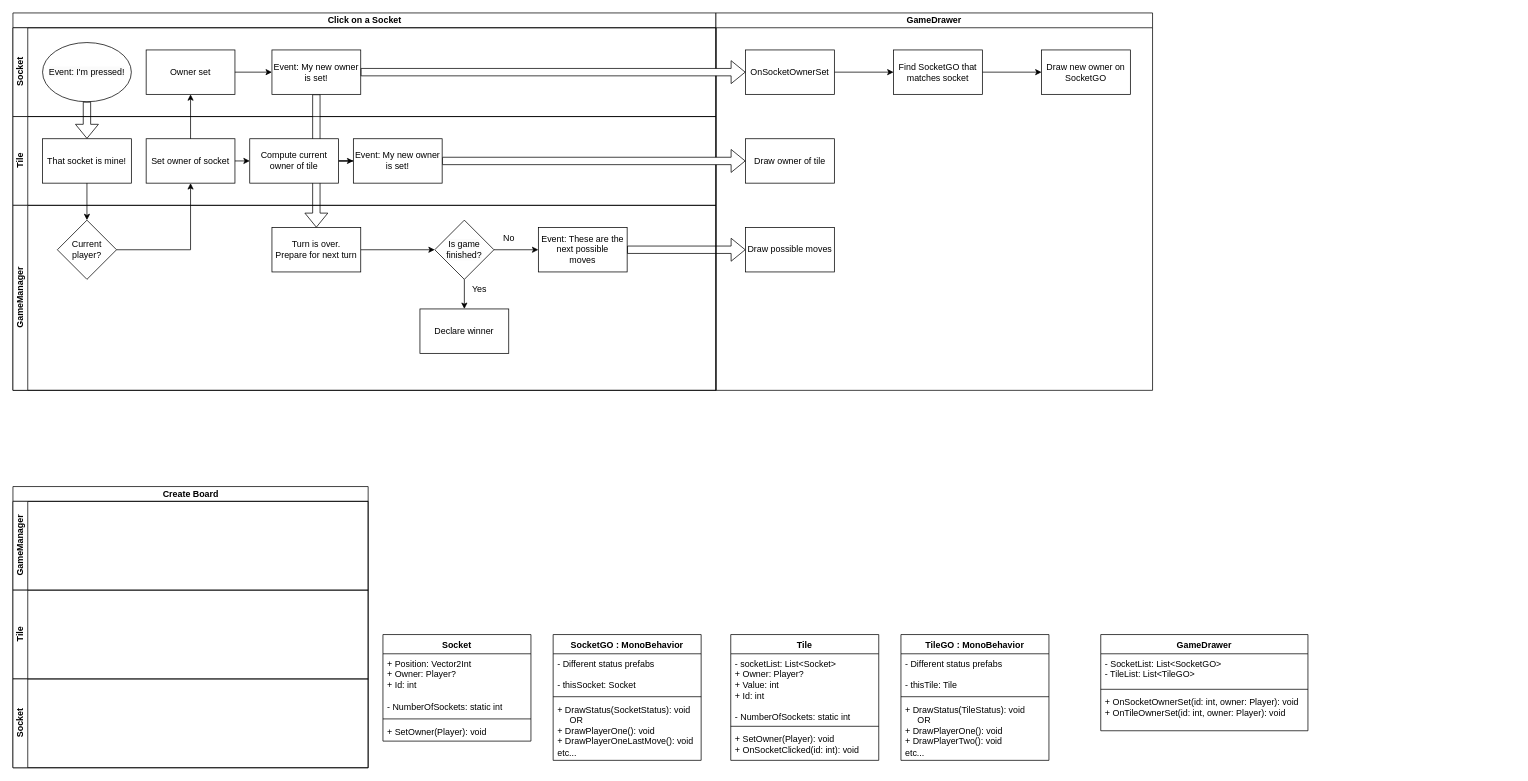
Before: page "ClickOnSocket" (1 of 2) of Diagrams/SocketClick.drawio in LeJawa/KulamiGame, a draw.io diagram. Source tidied: cells renumbered, new cells numbered last; positions are measured from the earlier drawing's top-left corner, leaving out a move shared by most shapes. Both pictures are drawn from the tidied source at 74%, with x=0, y=0 at pixel (13, 13).
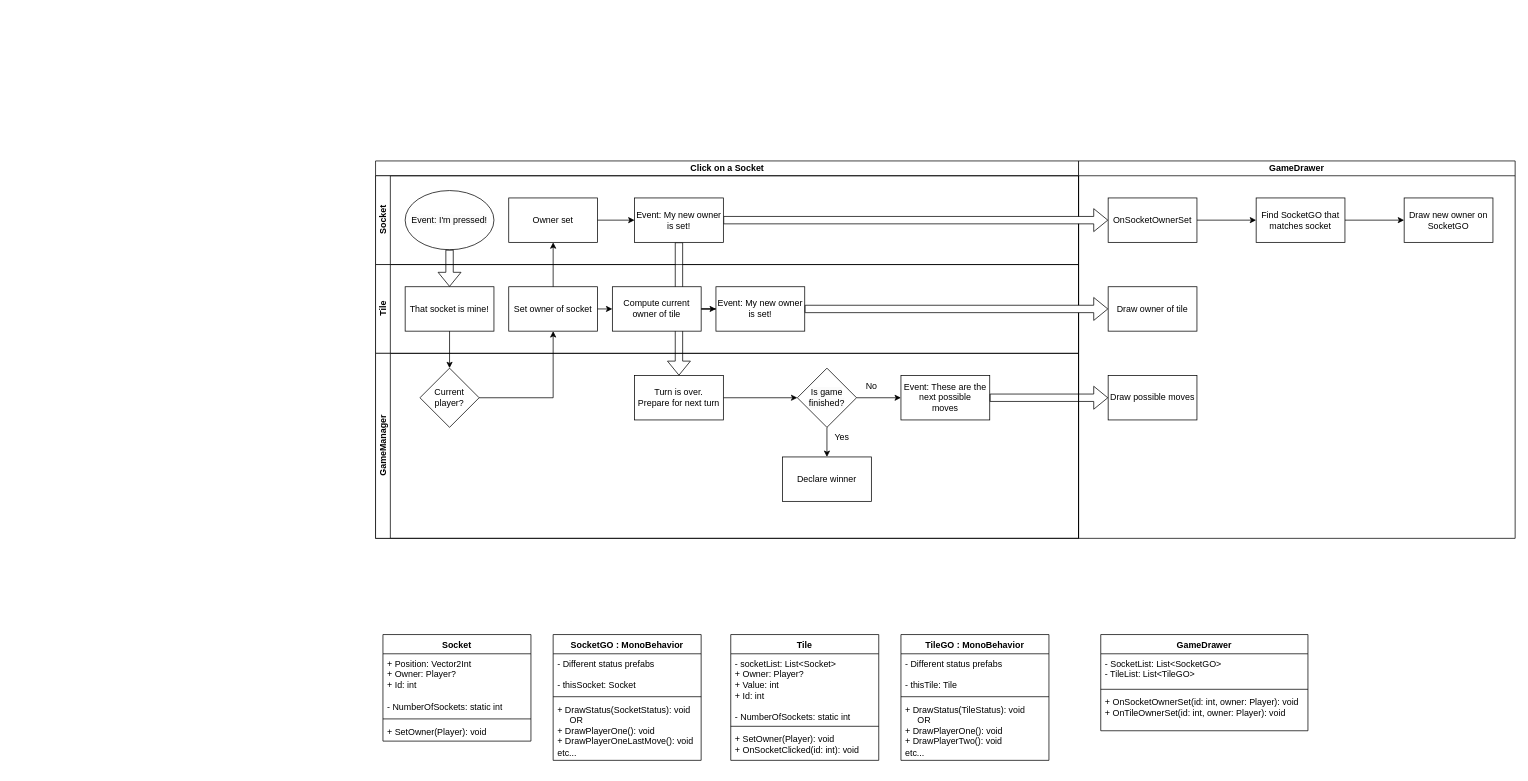
Above is the later version.

Diff of the diagram source:
```diff
@@
     <mxCell id="2" value="Click on a Socket" style="swimlane;horizontal=1;startSize=20;html=1;" parent="1" vertex="1">
-      <mxGeometry width="950" height="510" as="geometry" />
+      <mxGeometry x="490" y="200" width="950" height="510" as="geometry" />
     </mxCell>
@@
     <mxCell id="30" value="GameDrawer" style="swimlane;whiteSpace=wrap;html=1;startSize=20;" parent="1" vertex="1">
-      <mxGeometry x="950" width="590" height="510" as="geometry" />
+      <mxGeometry x="1440" y="200" width="590" height="510" as="geometry" />
     </mxCell>
@@
-    <mxCell id="48" value="Create Board" style="swimlane;horizontal=1;startSize=20;html=1;" parent="1" vertex="1">
-      <mxGeometry y="640" width="480" height="380" as="geometry" />
-    </mxCell>
-    <mxCell id="49" value="GameManager" style="swimlane;startSize=20;horizontal=0;html=1;" parent="48" vertex="1">
-      <mxGeometry y="20" width="480" height="120" as="geometry" />
-    </mxCell>
-    <mxCell id="50" value="Tile" style="swimlane;startSize=20;horizontal=0;html=1;" parent="48" vertex="1">
-      <mxGeometry y="140" width="480" height="120" as="geometry" />
-    </mxCell>
-    <mxCell id="51" value="Socket" style="swimlane;startSize=20;horizontal=0;html=1;" parent="48" vertex="1">
-      <mxGeometry y="260" width="480" height="120" as="geometry" />
-    </mxCell>
@@
     <mxCell id="64" value="Yes" style="text;html=1;align=center;verticalAlign=middle;strokeColor=none;fillColor=none;" parent="1" vertex="1">
-      <mxGeometry x="610" y="358" width="40" height="30" as="geometry" />
+      <mxGeometry x="1100" y="558" width="40" height="30" as="geometry" />
     </mxCell>
```
